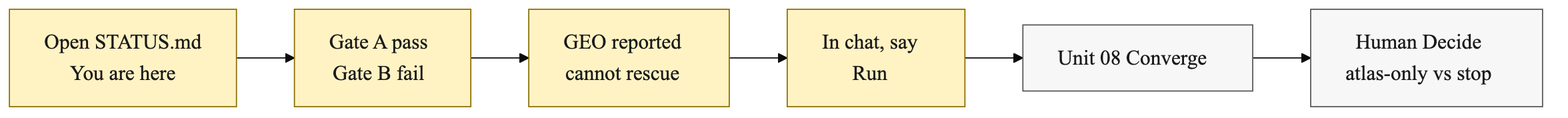
cauld/scendo keeps this Mermaid diagram as docs/diagrams/what-to-run.png. Above is the earlier version. Its source is kept beside it as docs/diagrams/what-to-run.mmd. The source it was exported from:
```mermaid
%%{init: {"theme": "base", "themeVariables": {"fontSize": "18px", "fontFamily": "Helvetica, Arial, sans-serif"}} }%%
flowchart LR
  A["Open STATUS.md<br/>You are here"] --> B["Gate A pass<br/>Gate B fail"]
  B --> C["GEO reported<br/>cannot rescue"]
  C --> D["In chat, say<br/>Run"]
  D --> E["Unit 08 Converge"]
  E --> F["Human Decide<br/>atlas-only vs stop"]

  classDef now fill:#FFF3C4,stroke:#8A6D00,color:#1A1A1A
  classDef step fill:#F7F7F7,stroke:#555555,color:#1A1A1A
  class A,B,C,D now
  class E,F step
```
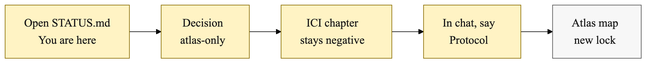
After the change.

What changed in the source:
```diff
@@ -1,12 +1,11 @@
 %%{init: {"theme": "base", "themeVariables": {"fontSize": "18px", "fontFamily": "Helvetica, Arial, sans-serif"}} }%%
 flowchart LR
-  A["Open STATUS.md<br/>You are here"] --> B["Gate A pass<br/>Gate B fail"]
-  B --> C["GEO reported<br/>cannot rescue"]
-  C --> D["In chat, say<br/>Run"]
-  D --> E["Unit 08 Converge"]
-  E --> F["Human Decide<br/>atlas-only vs stop"]
+  A["Open STATUS.md<br/>You are here"] --> B["Decision<br/>atlas-only"]
+  B --> C["ICI chapter<br/>stays negative"]
+  C --> D["In chat, say<br/>Protocol"]
+  D --> E["Atlas map<br/>new lock"]
 
   classDef now fill:#FFF3C4,stroke:#8A6D00,color:#1A1A1A
   classDef step fill:#F7F7F7,stroke:#555555,color:#1A1A1A
   class A,B,C,D now
-  class E,F step
+  class E step
```
